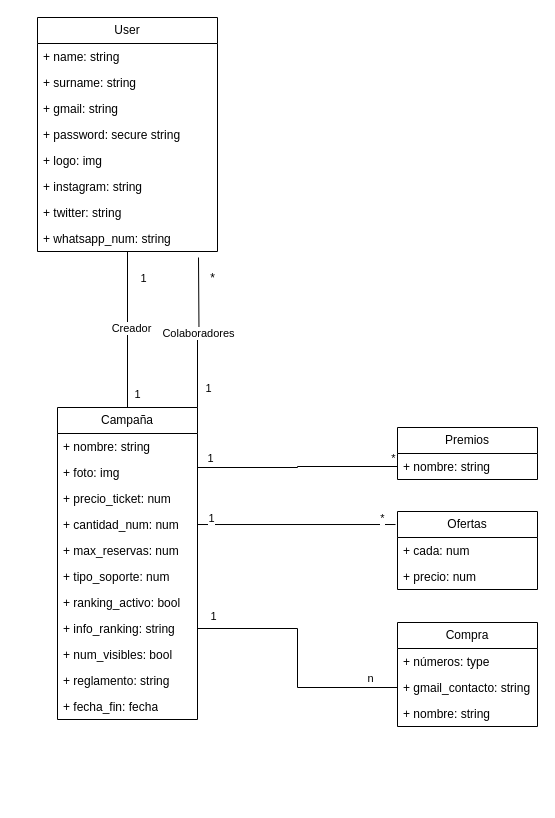
This is BackEnd.drawio from david-fm/rifa, a draw.io file, before an edit. Source tidied: cells renumbered, new cells numbered last; positions are measured from the earlier drawing's top-left corner, leaving out a move shared by most shapes. Both pictures are drawn from the tidied source at 100%, with x=0, y=0 at pixel (37, 17).
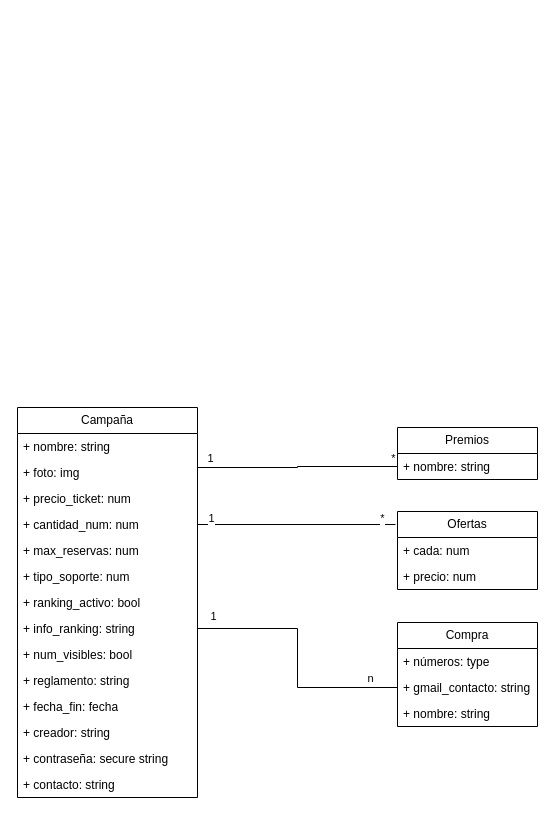
After the change.

Commit message:
Reduciendo Complejidad

What changed in the source:
```diff
@@
-    <mxCell id="2" style="edgeStyle=orthogonalEdgeStyle;rounded=0;jettySize=auto;html=1;entryX=0.5;entryY=0;entryDx=0;entryDy=0;endArrow=none;endFill=0;" parent="1" edge="1" source="4" target="13">
-      <mxGeometry relative="1" as="geometry" />
-    </mxCell>
-    <mxCell id="3" value="Creador" style="edgeLabel;html=1;align=center;verticalAlign=middle;" parent="2" vertex="1">
-      <mxGeometry x="-0.02" y="3" relative="1" as="geometry" />
-    </mxCell>
-    <mxCell id="4" value="User" style="swimlane;fontStyle=0;horizontal=1;startSize=26;fillColor=none;whiteSpace=wrap;html=1;" parent="1" vertex="1">
-      <mxGeometry width="180" height="234" as="geometry" />
-    </mxCell>
-    <mxCell id="5" value="+ name: string" style="text;strokeColor=none;fillColor=none;align=left;verticalAlign=top;spacingLeft=4;spacingRight=4;overflow=hidden;whiteSpace=wrap;html=1;" parent="4" vertex="1">
-      <mxGeometry y="26" width="180" height="26" as="geometry" />
-    </mxCell>
-    <mxCell id="6" value="+ surname: string" style="text;strokeColor=none;fillColor=none;align=left;verticalAlign=top;spacingLeft=4;spacingRight=4;overflow=hidden;whiteSpace=wrap;html=1;" parent="4" vertex="1">
-      <mxGeometry y="52" width="180" height="26" as="geometry" />
-    </mxCell>
-    <mxCell id="7" value="+ gmail: string" style="text;strokeColor=none;fillColor=none;align=left;verticalAlign=top;spacingLeft=4;spacingRight=4;overflow=hidden;whiteSpace=wrap;html=1;" parent="4" vertex="1">
-      <mxGeometry y="78" width="180" height="26" as="geometry" />
-    </mxCell>
-    <mxCell id="8" value="+ password: secure string" style="text;strokeColor=none;fillColor=none;align=left;verticalAlign=top;spacingLeft=4;spacingRight=4;overflow=hidden;whiteSpace=wrap;html=1;" parent="4" vertex="1">
-      <mxGeometry y="104" width="180" height="26" as="geometry" />
-    </mxCell>
-    <mxCell id="9" value="+ logo: img" style="text;strokeColor=none;fillColor=none;align=left;verticalAlign=top;spacingLeft=4;spacingRight=4;overflow=hidden;whiteSpace=wrap;html=1;" parent="4" vertex="1">
-      <mxGeometry y="130" width="180" height="26" as="geometry" />
-    </mxCell>
-    <mxCell id="10" value="+ instagram: string" style="text;strokeColor=none;fillColor=none;align=left;verticalAlign=top;spacingLeft=4;spacingRight=4;overflow=hidden;whiteSpace=wrap;html=1;" parent="4" vertex="1">
-      <mxGeometry y="156" width="180" height="26" as="geometry" />
-    </mxCell>
-    <mxCell id="11" value="+ twitter: string" style="text;strokeColor=none;fillColor=none;align=left;verticalAlign=top;spacingLeft=4;spacingRight=4;overflow=hidden;whiteSpace=wrap;html=1;" parent="4" vertex="1">
-      <mxGeometry y="182" width="180" height="26" as="geometry" />
-    </mxCell>
-    <mxCell id="12" value="+ whatsapp_num: string" style="text;strokeColor=none;fillColor=none;align=left;verticalAlign=top;spacingLeft=4;spacingRight=4;overflow=hidden;whiteSpace=wrap;html=1;" parent="4" vertex="1">
-      <mxGeometry y="208" width="180" height="26" as="geometry" />
-    </mxCell>
     <mxCell id="13" value="Campaña" style="swimlane;fontStyle=0;horizontal=1;startSize=26;fillColor=none;whiteSpace=wrap;html=1;" parent="1" vertex="1">
-      <mxGeometry x="20" y="390" width="140" height="312" as="geometry" />
+      <mxGeometry x="-20" y="390" width="180" height="390" as="geometry" />
     </mxCell>
     <mxCell id="14" value="+ nombre: string" style="text;strokeColor=none;fillColor=none;align=left;verticalAlign=top;spacingLeft=4;spacingRight=4;overflow=hidden;whiteSpace=wrap;html=1;" parent="13" vertex="1">
-      <mxGeometry y="26" width="140" height="26" as="geometry" />
+      <mxGeometry y="26" width="180" height="26" as="geometry" />
     </mxCell>
     <mxCell id="15" value="+ foto: img" style="text;strokeColor=none;fillColor=none;align=left;verticalAlign=top;spacingLeft=4;spacingRight=4;overflow=hidden;points=[[0,0.5],[1,0.5]];portConstraint=eastwest;whiteSpace=wrap;html=1;" parent="13" vertex="1">
-      <mxGeometry y="52" width="140" height="26" as="geometry" />
+      <mxGeometry y="52" width="180" height="26" as="geometry" />
     </mxCell>
     <mxCell id="16" value="+ precio_ticket: num" style="text;strokeColor=none;fillColor=none;align=left;verticalAlign=top;spacingLeft=4;spacingRight=4;overflow=hidden;whiteSpace=wrap;html=1;" parent="13" vertex="1">
-      <mxGeometry y="78" width="140" height="26" as="geometry" />
+      <mxGeometry y="78" width="180" height="26" as="geometry" />
     </mxCell>
     <mxCell id="17" value="+ cantidad_num: num" style="text;strokeColor=none;fillColor=none;align=left;verticalAlign=top;spacingLeft=4;spacingRight=4;overflow=hidden;points=[[0,0.5],[1,0.5]];portConstraint=eastwest;whiteSpace=wrap;html=1;" parent="13" vertex="1">
-      <mxGeometry y="104" width="140" height="26" as="geometry" />
+      <mxGeometry y="104" width="180" height="26" as="geometry" />
     </mxCell>
     <mxCell id="18" value="+ max_reservas: num" style="text;strokeColor=none;fillColor=none;align=left;verticalAlign=top;spacingLeft=4;spacingRight=4;overflow=hidden;whiteSpace=wrap;html=1;" parent="13" vertex="1">
-      <mxGeometry y="130" width="140" height="26" as="geometry" />
+      <mxGeometry y="130" width="180" height="26" as="geometry" />
     </mxCell>
     <mxCell id="19" value="+ tipo_soporte: num" style="text;strokeColor=none;fillColor=none;align=left;verticalAlign=top;spacingLeft=4;spacingRight=4;overflow=hidden;whiteSpace=wrap;html=1;" parent="13" vertex="1">
-      <mxGeometry y="156" width="140" height="26" as="geometry" />
+      <mxGeometry y="156" width="180" height="26" as="geometry" />
     </mxCell>
     <mxCell id="20" value="+ ranking_activo: bool" style="text;strokeColor=none;fillColor=none;align=left;verticalAlign=top;spacingLeft=4;spacingRight=4;overflow=hidden;whiteSpace=wrap;html=1;" parent="13" vertex="1">
-      <mxGeometry y="182" width="140" height="26" as="geometry" />
+      <mxGeometry y="182" width="180" height="26" as="geometry" />
     </mxCell>
     <mxCell id="21" value="+ info_ranking: string" style="text;strokeColor=none;fillColor=none;align=left;verticalAlign=top;spacingLeft=4;spacingRight=4;overflow=hidden;points=[[0,0.5],[1,0.5]];portConstraint=eastwest;whiteSpace=wrap;html=1;" parent="13" vertex="1">
-      <mxGeometry y="208" width="140" height="26" as="geometry" />
+      <mxGeometry y="208" width="180" height="26" as="geometry" />
     </mxCell>
     <mxCell id="22" value="+ num_visibles: bool" style="text;strokeColor=none;fillColor=none;align=left;verticalAlign=top;spacingLeft=4;spacingRight=4;overflow=hidden;whiteSpace=wrap;html=1;" parent="13" vertex="1">
-      <mxGeometry y="234" width="140" height="26" as="geometry" />
+      <mxGeometry y="234" width="180" height="26" as="geometry" />
     </mxCell>
     <mxCell id="23" value="+ reglamento: string" style="text;strokeColor=none;fillColor=none;align=left;verticalAlign=top;spacingLeft=4;spacingRight=4;overflow=hidden;whiteSpace=wrap;html=1;" parent="13" vertex="1">
-      <mxGeometry y="260" width="140" height="26" as="geometry" />
+      <mxGeometry y="260" width="180" height="26" as="geometry" />
     </mxCell>
     <mxCell id="24" value="+ fecha_fin: fecha" style="text;strokeColor=none;fillColor=none;align=left;verticalAlign=top;spacingLeft=4;spacingRight=4;overflow=hidden;whiteSpace=wrap;html=1;" parent="13" vertex="1">
-      <mxGeometry y="286" width="140" height="26" as="geometry" />
+      <mxGeometry y="286" width="180" height="26" as="geometry" />
     </mxCell>
-    <mxCell id="25" style="edgeStyle=orthogonalEdgeStyle;rounded=0;jettySize=auto;html=1;exitX=1;exitY=0;exitDx=0;exitDy=0;endArrow=none;endFill=0;" parent="1" edge="1" source="13">
-      <mxGeometry relative="1" as="geometry">
-        <mxPoint x="161" y="240" as="targetPoint" />
-      </mxGeometry>
-    </mxCell>
-    <mxCell id="26" value="Colaboradores" style="edgeLabel;html=1;align=center;verticalAlign=middle;" parent="25" vertex="1">
-      <mxGeometry x="-0.02" y="-1" relative="1" as="geometry">
-        <mxPoint x="-1" y="-1" as="offset" />
-      </mxGeometry>
-    </mxCell>
-    <mxCell id="27" value="1" style="edgeLabel;html=1;align=center;verticalAlign=middle;" parent="25" vertex="1">
-      <mxGeometry x="-0.74" y="-5" relative="1" as="geometry">
-        <mxPoint x="5" as="offset" />
-      </mxGeometry>
-    </mxCell>
-    <mxCell id="28" value="*" style="text;html=1;align=center;verticalAlign=middle;strokeColor=none;fillColor=none;" parent="1" vertex="1">
-      <mxGeometry x="160" y="246" width="30" height="30" as="geometry" />
-    </mxCell>
-    <mxCell id="29" value="1" style="edgeLabel;html=1;align=center;verticalAlign=middle;" parent="1" vertex="1">
-      <mxGeometry x="180" y="389" as="geometry">
-        <mxPoint x="-81" y="-13" as="offset" />
-      </mxGeometry>
-    </mxCell>
-    <mxCell id="30" value="1" style="edgeLabel;html=1;align=center;verticalAlign=middle;" parent="1" vertex="1">
-      <mxGeometry x="200" y="350" as="geometry">
-        <mxPoint x="-95" y="-90" as="offset" />
-      </mxGeometry>
-    </mxCell>
+    <mxCell id="49" value="+ creador: string" style="text;strokeColor=none;fillColor=none;align=left;verticalAlign=top;spacingLeft=4;spacingRight=4;overflow=hidden;whiteSpace=wrap;html=1;" parent="13" vertex="1">
+      <mxGeometry y="312" width="180" height="26" as="geometry" />
+    </mxCell>
+    <mxCell id="50" value="+ contraseña: secure string" style="text;strokeColor=none;fillColor=none;align=left;verticalAlign=top;spacingLeft=4;spacingRight=4;overflow=hidden;whiteSpace=wrap;html=1;" parent="13" vertex="1">
+      <mxGeometry y="338" width="180" height="26" as="geometry" />
+    </mxCell>
+    <mxCell id="51" value="+ contacto: string" style="text;strokeColor=none;fillColor=none;align=left;verticalAlign=top;spacingLeft=4;spacingRight=4;overflow=hidden;whiteSpace=wrap;html=1;" parent="13" vertex="1">
+      <mxGeometry y="364" width="180" height="26" as="geometry" />
+    </mxCell>
```
